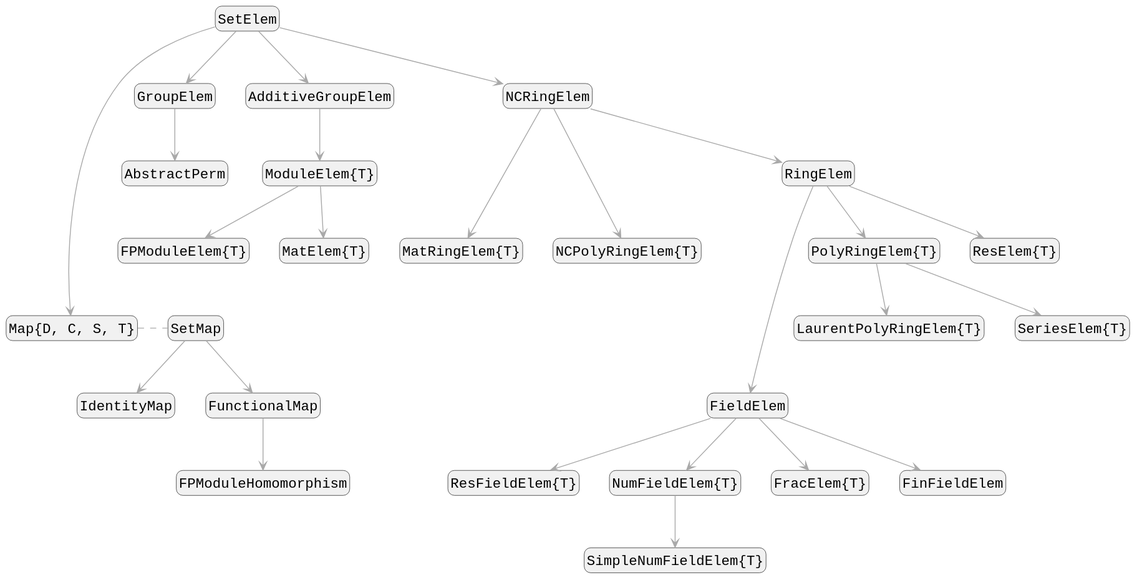
Nemocas/AbstractAlgebra.jl keeps this PlantUML diagram as docs/src/assets/elements_diagram.svg. Above is the earlier version.
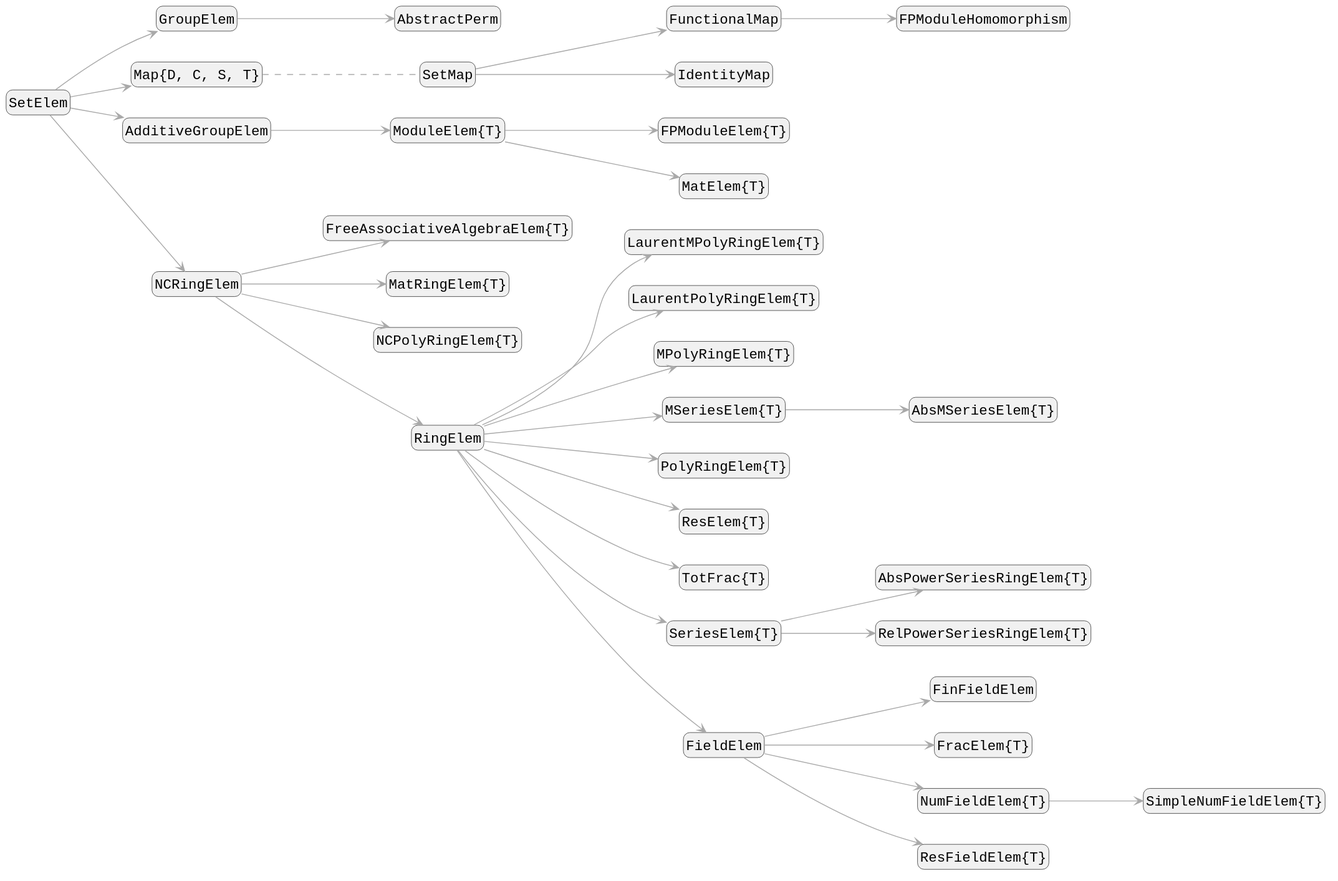
Above is the later version.

Commit message:
Derive the type diagrams from the loaded package

What changed in the source:
```diff
@@ -4,38 +4,43 @@
 skinparam defaultFontSize 16
 skinparam objectArrowColor DarkGray
 skinparam RoundCorner 15
+left to right direction
 
-"SetElem" -down----> "Map{D, C, S, T}"
-"Map{D, C, S, T}" .right. "SetMap"
-"SetMap" -down-> "IdentityMap"
-"SetMap" -down-> "FunctionalMap"
-"FunctionalMap" -down-> "FPModuleHomomorphism"
+"SetElem" --> "GroupElem"
+"GroupElem" --> "AbstractPerm"
+"SetElem" --> "Map{D, C, S, T}"
+"SetElem" --> "AdditiveGroupElem"
+"AdditiveGroupElem" --> "ModuleElem{T}"
+"ModuleElem{T}" --> "FPModuleElem{T}"
+"ModuleElem{T}" --> "MatElem{T}"
+"SetElem" --> "NCRingElem"
+"NCRingElem" --> "FreeAssociativeAlgebraElem{T}"
+"NCRingElem" --> "MatRingElem{T}"
+"NCRingElem" --> "NCPolyRingElem{T}"
+"NCRingElem" --> "RingElem"
+"RingElem" --> "LaurentMPolyRingElem{T}"
+"RingElem" --> "LaurentPolyRingElem{T}"
+"RingElem" --> "MPolyRingElem{T}"
+"RingElem" --> "MSeriesElem{T}"
+"MSeriesElem{T}" --> "AbsMSeriesElem{T}"
+"RingElem" --> "PolyRingElem{T}"
+"RingElem" --> "ResElem{T}"
+"RingElem" --> "TotFrac{T}"
+"RingElem" --> "SeriesElem{T}"
+"SeriesElem{T}" --> "AbsPowerSeriesRingElem{T}"
+"SeriesElem{T}" --> "RelPowerSeriesRingElem{T}"
+"RingElem" --> "FieldElem"
+"FieldElem" --> "FinFieldElem"
+"FieldElem" --> "FracElem{T}"
+"FieldElem" --> "NumFieldElem{T}"
+"NumFieldElem{T}" --> "SimpleNumFieldElem{T}"
+"FieldElem" --> "ResFieldElem{T}"
 
-"SetElem" -down-> "GroupElem"
-"GroupElem" -down-> "AbstractPerm"
+"SetMap" --> "FunctionalMap"
+"FunctionalMap" --> "FPModuleHomomorphism"
+"SetMap" --> "IdentityMap"
 
-"SetElem" -down-> "AdditiveGroupElem"
-"AdditiveGroupElem" -down-> "ModuleElem{T}"
-"ModuleElem{T}" -down-> "FPModuleElem{T}"
-"ModuleElem{T}" -down-> "MatElem{T}"
-
-"SetElem" -down-> "NCRingElem"
-"NCRingElem" -down--> "MatRingElem{T}"
-"NCRingElem" -down--> "NCPolyRingElem{T}"
-"NCRingElem" -down-> "RingElem"
-
-"RingElem" -down-> "PolyRingElem{T}"
-"PolyRingElem{T}" -down-> "SeriesElem{T}"
-"PolyRingElem{T}" -down-> "LaurentPolyRingElem{T}"
-"RingElem" -down-> "ResElem{T}"
-"RingElem" -down---> "FieldElem"
-
-"FieldElem" -down-> "FinFieldElem"
-"FieldElem" -down-> "ResFieldElem{T}"
-"FieldElem" -down-> "NumFieldElem{T}"
-"NumFieldElem{T}" -down-> "SimpleNumFieldElem{T}"
-"FieldElem" -down-> "FracElem{T}"
-
+"Map{D, C, S, T}" .. "SetMap"
 hide members
 hide circle
 @enduml
```
